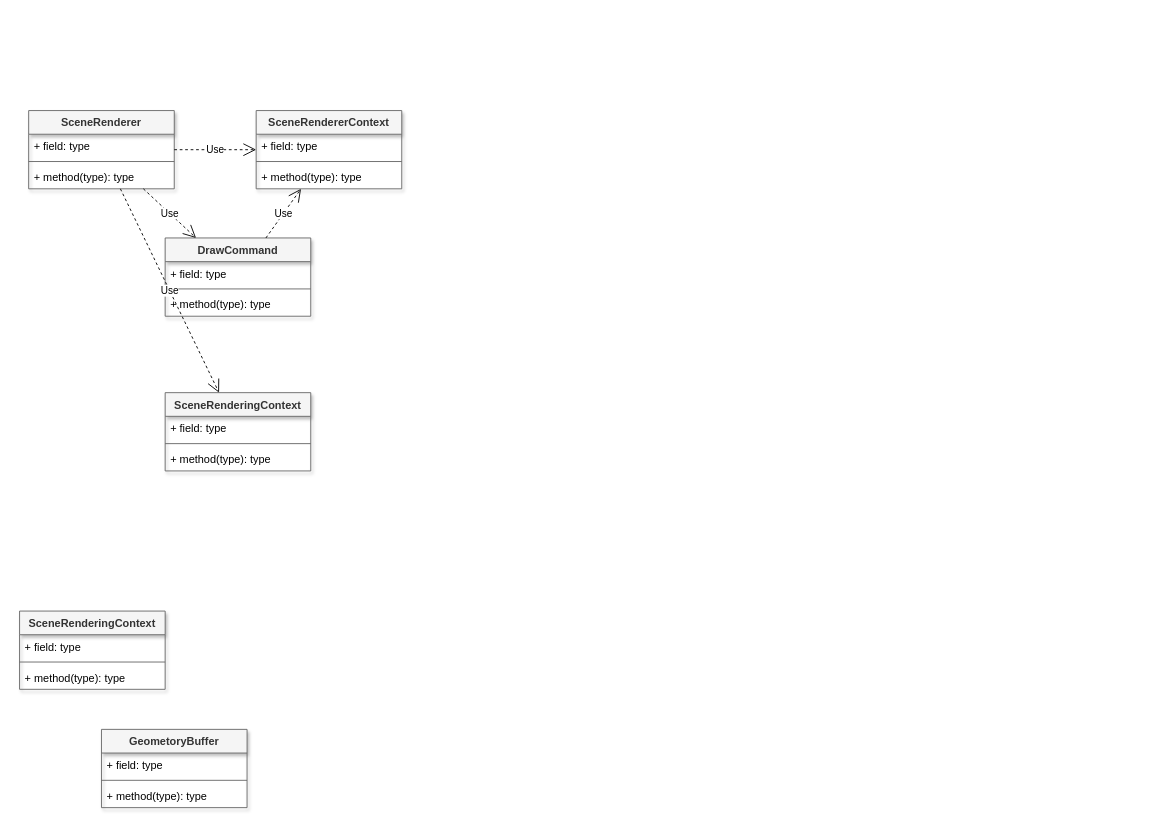
The draw.io diagram page "ページ6" (6 of 6) of docs/fig.drawio in nodec-project/nodec_game_engine, before the edit. Source tidied: cells renumbered, new cells numbered last; positions are measured from the earlier drawing's top-left corner, leaving out a move shared by most shapes. Both pictures are drawn from the tidied source at 91%, with x=0, y=0 at pixel (19, 110).
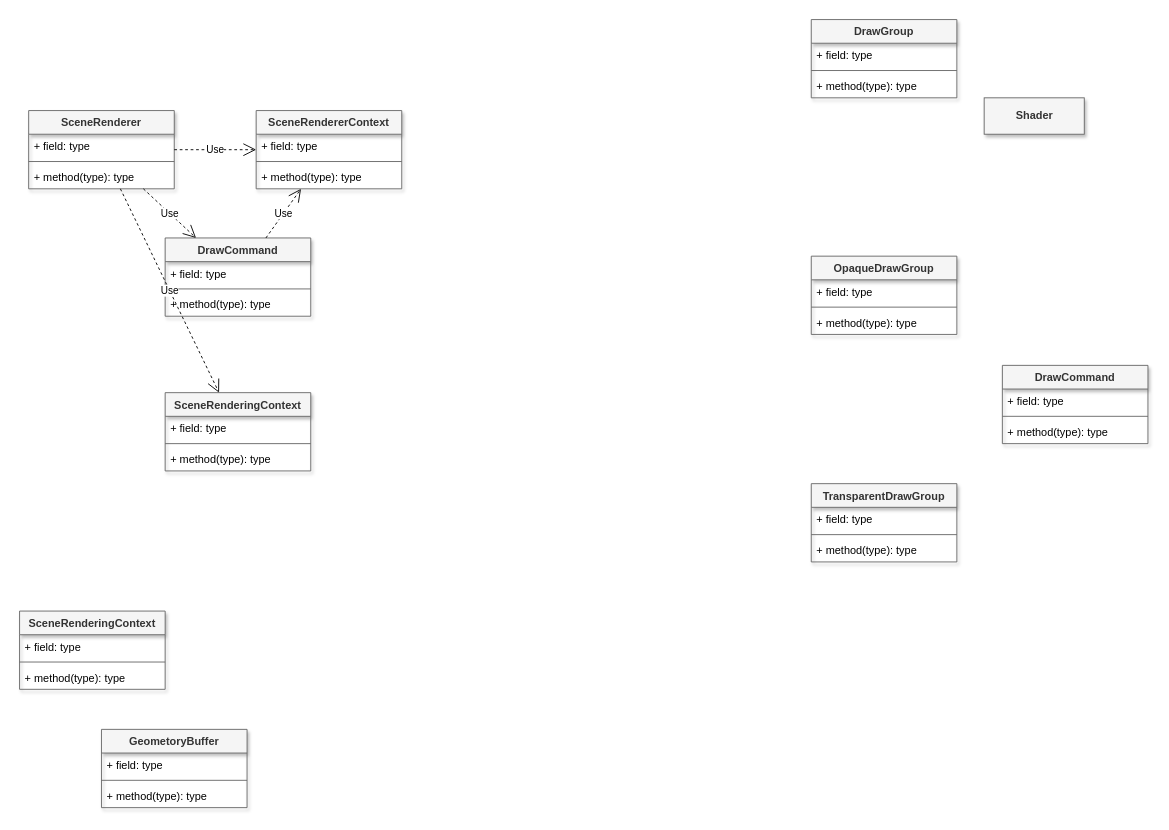
Above is the later version.

Change to the diagram source:
```diff
@@
+    <mxCell id="30" value="DrawCommand" style="swimlane;fontStyle=1;align=center;verticalAlign=top;horizontal=1;startSize=26;fillColor=#f5f5f5;fontColor=#333333;strokeColor=#666666;shadow=1;" parent="1" vertex="1">
+      <mxGeometry x="1080" y="280" width="160" height="86" as="geometry" />
+    </mxCell>
+    <mxCell id="31" value="+ field: type" style="text;strokeColor=none;fillColor=none;align=left;verticalAlign=top;rounded=0;shadow=1;spacingLeft=4;spacingRight=4;" parent="30" vertex="1">
+      <mxGeometry y="26" width="160" height="26" as="geometry" />
+    </mxCell>
+    <mxCell id="32" style="line;strokeWidth=1;fillColor=none;align=left;verticalAlign=middle;spacingTop=-1;spacingLeft=3;spacingRight=3;labelPosition=right;strokeColor=inherit;" parent="30" vertex="1">
+      <mxGeometry y="52" width="160" height="8" as="geometry" />
+    </mxCell>
+    <mxCell id="33" value="+ method(type): type" style="text;strokeColor=none;fillColor=none;align=left;verticalAlign=top;rounded=0;shadow=1;spacingLeft=4;spacingRight=4;" parent="30" vertex="1">
+      <mxGeometry y="60" width="160" height="26" as="geometry" />
+    </mxCell>
+    <mxCell id="34" value="DrawGroup" style="swimlane;fontStyle=1;align=center;verticalAlign=top;horizontal=1;startSize=26;fillColor=#f5f5f5;fontColor=#333333;strokeColor=#666666;shadow=1;" parent="1" vertex="1">
+      <mxGeometry x="870" y="-100" width="160" height="86" as="geometry" />
+    </mxCell>
+    <mxCell id="35" value="+ field: type" style="text;strokeColor=none;fillColor=none;align=left;verticalAlign=top;rounded=0;shadow=1;spacingLeft=4;spacingRight=4;" parent="34" vertex="1">
+      <mxGeometry y="26" width="160" height="26" as="geometry" />
+    </mxCell>
+    <mxCell id="36" style="line;strokeWidth=1;fillColor=none;align=left;verticalAlign=middle;spacingTop=-1;spacingLeft=3;spacingRight=3;labelPosition=right;strokeColor=inherit;" parent="34" vertex="1">
+      <mxGeometry y="52" width="160" height="8" as="geometry" />
+    </mxCell>
+    <mxCell id="37" value="+ method(type): type" style="text;strokeColor=none;fillColor=none;align=left;verticalAlign=top;rounded=0;shadow=1;spacingLeft=4;spacingRight=4;" parent="34" vertex="1">
+      <mxGeometry y="60" width="160" height="26" as="geometry" />
+    </mxCell>
+    <mxCell id="38" value="OpaqueDrawGroup" style="swimlane;fontStyle=1;align=center;verticalAlign=top;horizontal=1;startSize=26;fillColor=#f5f5f5;fontColor=#333333;strokeColor=#666666;shadow=1;" parent="1" vertex="1">
+      <mxGeometry x="870" y="160" width="160" height="86" as="geometry" />
+    </mxCell>
+    <mxCell id="39" value="+ field: type" style="text;strokeColor=none;fillColor=none;align=left;verticalAlign=top;rounded=0;shadow=1;spacingLeft=4;spacingRight=4;" parent="38" vertex="1">
+      <mxGeometry y="26" width="160" height="26" as="geometry" />
+    </mxCell>
+    <mxCell id="40" style="line;strokeWidth=1;fillColor=none;align=left;verticalAlign=middle;spacingTop=-1;spacingLeft=3;spacingRight=3;labelPosition=right;strokeColor=inherit;" parent="38" vertex="1">
+      <mxGeometry y="52" width="160" height="8" as="geometry" />
+    </mxCell>
+    <mxCell id="41" value="+ method(type): type" style="text;strokeColor=none;fillColor=none;align=left;verticalAlign=top;rounded=0;shadow=1;spacingLeft=4;spacingRight=4;" parent="38" vertex="1">
+      <mxGeometry y="60" width="160" height="26" as="geometry" />
+    </mxCell>
+    <mxCell id="42" value="Shader" style="html=1;fillColor=#f5f5f5;strokeColor=#666666;fontStyle=1;shadow=1;fontColor=#333333;" parent="1" vertex="1">
+      <mxGeometry x="1060" y="-14" width="110" height="40" as="geometry" />
+    </mxCell>
+    <mxCell id="43" value="TransparentDrawGroup" style="swimlane;fontStyle=1;align=center;verticalAlign=top;horizontal=1;startSize=26;fillColor=#f5f5f5;fontColor=#333333;strokeColor=#666666;shadow=1;" parent="1" vertex="1">
+      <mxGeometry x="870" y="410" width="160" height="86" as="geometry" />
+    </mxCell>
+    <mxCell id="44" value="+ field: type" style="text;strokeColor=none;fillColor=none;align=left;verticalAlign=top;rounded=0;shadow=1;spacingLeft=4;spacingRight=4;" parent="43" vertex="1">
+      <mxGeometry y="26" width="160" height="26" as="geometry" />
+    </mxCell>
+    <mxCell id="45" style="line;strokeWidth=1;fillColor=none;align=left;verticalAlign=middle;spacingTop=-1;spacingLeft=3;spacingRight=3;labelPosition=right;strokeColor=inherit;" parent="43" vertex="1">
+      <mxGeometry y="52" width="160" height="8" as="geometry" />
+    </mxCell>
+    <mxCell id="46" value="+ method(type): type" style="text;strokeColor=none;fillColor=none;align=left;verticalAlign=top;rounded=0;shadow=1;spacingLeft=4;spacingRight=4;" parent="43" vertex="1">
+      <mxGeometry y="60" width="160" height="26" as="geometry" />
+    </mxCell>
```
